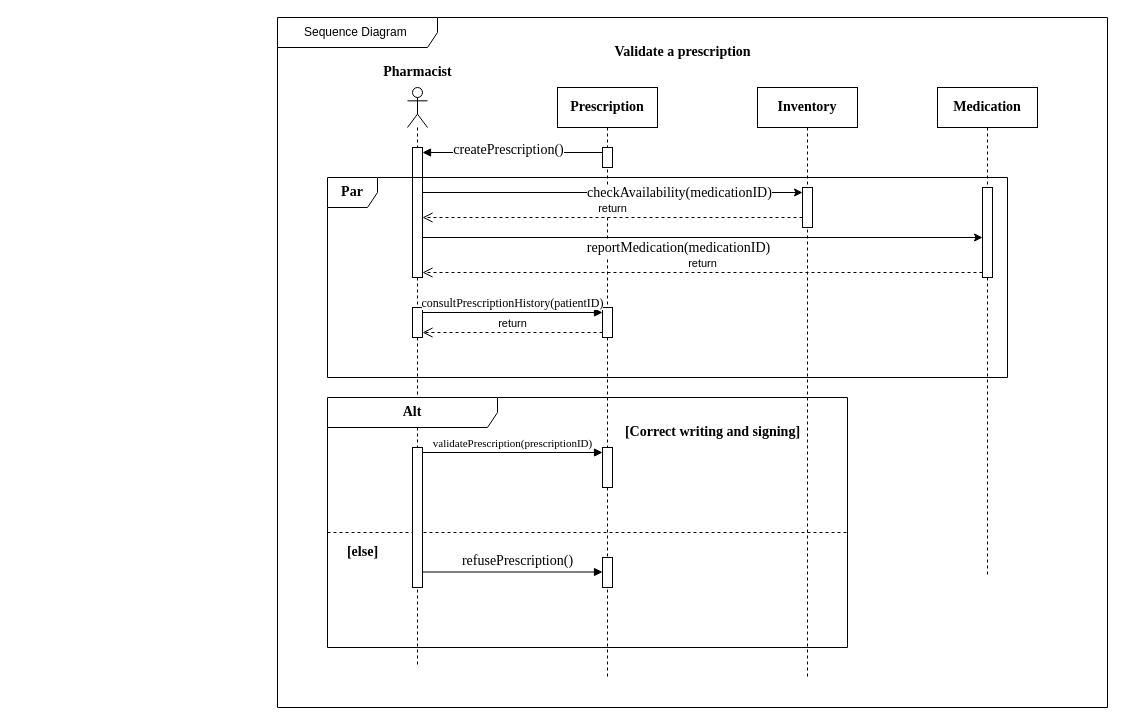
This is Sequence  Diagram.drawio from FOMOKN/Software-Engineering, a draw.io file, before an edit. Source tidied: cells renumbered, new cells numbered last; positions are measured from the earlier drawing's top-left corner, leaving out a move shared by most shapes. Both pictures are drawn from the tidied source at 100%, with x=0, y=0 at pixel (277, 17).
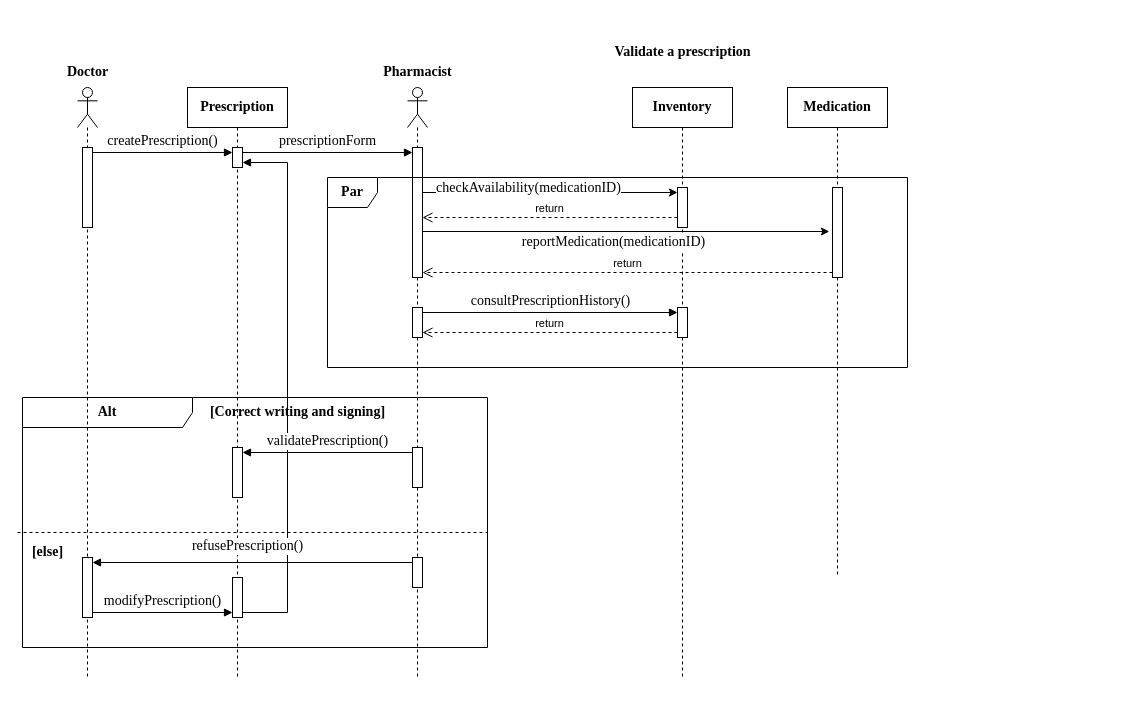
The same diagram, later.

The change refers to these unchanged cells:
```xml
<mxCell id="5" style="html=1;points=[[0,0,0,0,5],[0,1,0,0,-5],[1,0,0,0,5],[1,1,0,0,-5]];perimeter=orthogonalPerimeter;outlineConnect=0;targetShapes=umlLifeline;portConstraint=eastwest;newEdgeStyle={&quot;curved&quot;:0,&quot;rounded&quot;:0};" parent="4" vertex="1">
  <mxGeometry x="45" y="60" width="10" height="20" as="geometry" />
</mxCell>
<mxCell id="9" style="html=1;points=[[0,0,0,0,5],[0,1,0,0,-5],[1,0,0,0,5],[1,1,0,0,-5]];perimeter=orthogonalPerimeter;outlineConnect=0;targetShapes=umlLifeline;portConstraint=eastwest;newEdgeStyle={&quot;curved&quot;:0,&quot;rounded&quot;:0};" parent="8" vertex="1">
  <mxGeometry x="5" y="60" width="10" height="130" as="geometry" />
</mxCell>
<mxCell id="13" style="edgeStyle=none;jettySize=auto;html=1;rounded=0;entryX=0;entryY=0;entryDx=0;entryDy=5;entryPerimeter=0;" parent="1" edge="1" source="9" target="30">
  <mxGeometry relative="1" as="geometry" />
</mxCell>
```

Change to the diagram source:
```diff
@@
-    <mxCell id="2" value="Sequence Diagram&amp;nbsp;" style="shape=umlFrame;whiteSpace=wrap;html=1;width=160;" parent="1" vertex="1">
-      <mxGeometry width="830" height="690" as="geometry" />
-    </mxCell>
@@
     <mxCell id="4" value="&lt;font style=&quot;font-size: 14px;&quot; face=&quot;Times New Roman&quot;&gt;&lt;b&gt;Prescription&lt;/b&gt;&lt;/font&gt;" style="shape=umlLifeline;perimeter=lifelinePerimeter;whiteSpace=wrap;html=1;newEdgeStyle={&quot;curved&quot;:0,&quot;rounded&quot;:0};align=center;" parent="1" vertex="1">
-      <mxGeometry x="280" y="70" width="100" height="590" as="geometry" />
+      <mxGeometry x="-90" y="70" width="100" height="590" as="geometry" />
     </mxCell>
@@
+    <mxCell id="35" style="html=1;points=[[0,0,0,0,5],[0,1,0,0,-5],[1,0,0,0,5],[1,1,0,0,-5]];perimeter=orthogonalPerimeter;outlineConnect=0;targetShapes=umlLifeline;portConstraint=eastwest;newEdgeStyle={&quot;curved&quot;:0,&quot;rounded&quot;:0};" parent="4" vertex="1">
+      <mxGeometry x="45" y="490" width="10" height="40" as="geometry" />
+    </mxCell>
+    <mxCell id="36" style="html=1;verticalAlign=bottom;endArrow=block;curved=0;rounded=0;exitX=1;exitY=1;exitDx=0;exitDy=-5;exitPerimeter=0;entryX=1;entryY=1;entryDx=0;entryDy=-5;entryPerimeter=0;" parent="4" edge="1" source="35" target="5">
+      <mxGeometry relative="1" as="geometry">
+        <Array as="points">
+          <mxPoint x="100" y="525" />
+          <mxPoint x="100" y="75" />
+        </Array>
+      </mxGeometry>
+    </mxCell>
     <mxCell id="6" value="&lt;font size=&quot;1&quot; face=&quot;Times New Roman&quot;&gt;&lt;b style=&quot;font-size: 14px;&quot;&gt;Medication&lt;/b&gt;&lt;/font&gt;" style="shape=umlLifeline;perimeter=lifelinePerimeter;whiteSpace=wrap;html=1;newEdgeStyle={&quot;curved&quot;:0,&quot;rounded&quot;:0};" parent="1" vertex="1">
-      <mxGeometry x="660" y="70" width="100" height="490" as="geometry" />
+      <mxGeometry x="510" y="70" width="100" height="490" as="geometry" />
     </mxCell>
+    <mxCell id="31" style="html=1;points=[[0,0,0,0,5],[0,1,0,0,-5],[1,0,0,0,5],[1,1,0,0,-5]];perimeter=orthogonalPerimeter;outlineConnect=0;targetShapes=umlLifeline;portConstraint=eastwest;newEdgeStyle={&quot;curved&quot;:0,&quot;rounded&quot;:0};" parent="6" vertex="1">
+      <mxGeometry x="45" y="100" width="10" height="90" as="geometry" />
+    </mxCell>
     <mxCell id="7" value="&lt;b&gt;&lt;font style=&quot;font-size: 14px;&quot; face=&quot;Times New Roman&quot;&gt;Inventory&lt;/font&gt;&lt;/b&gt;" style="shape=umlLifeline;perimeter=lifelinePerimeter;whiteSpace=wrap;html=1;newEdgeStyle={&quot;curved&quot;:0,&quot;rounded&quot;:0};" parent="1" vertex="1">
-      <mxGeometry x="480" y="70" width="100" height="590" as="geometry" />
+      <mxGeometry x="355" y="70" width="100" height="590" as="geometry" />
     </mxCell>
+    <mxCell id="30" style="html=1;points=[[0,0,0,0,5],[0,1,0,0,-5],[1,0,0,0,5],[1,1,0,0,-5]];perimeter=orthogonalPerimeter;outlineConnect=0;targetShapes=umlLifeline;portConstraint=eastwest;newEdgeStyle={&quot;curved&quot;:0,&quot;rounded&quot;:0};" parent="7" vertex="1">
+      <mxGeometry x="45" y="100" width="10" height="40" as="geometry" />
+    </mxCell>
+    <mxCell id="27" style="html=1;points=[[0,0,0,0,5],[0,1,0,0,-5],[1,0,0,0,5],[1,1,0,0,-5]];perimeter=orthogonalPerimeter;outlineConnect=0;targetShapes=umlLifeline;portConstraint=eastwest;newEdgeStyle={&quot;curved&quot;:0,&quot;rounded&quot;:0};" parent="7" vertex="1">
+      <mxGeometry x="45" y="220" width="10" height="30" as="geometry" />
+    </mxCell>
     <mxCell id="8" style="shape=umlLifeline;perimeter=lifelinePerimeter;whiteSpace=wrap;html=1;newEdgeStyle={&quot;curved&quot;:0,&quot;rounded&quot;:0};participant=umlActor;" parent="1" vertex="1">
-      <mxGeometry x="130" y="70" width="20" height="580" as="geometry" />
+      <mxGeometry x="130" y="70" width="20" height="590" as="geometry" />
     </mxCell>
@@
+    <mxCell id="23" style="html=1;points=[[0,0,0,0,5],[0,1,0,0,-5],[1,0,0,0,5],[1,1,0,0,-5]];perimeter=orthogonalPerimeter;outlineConnect=0;targetShapes=umlLifeline;portConstraint=eastwest;newEdgeStyle={&quot;curved&quot;:0,&quot;rounded&quot;:0};" parent="8" vertex="1">
+      <mxGeometry x="5" y="470" width="10" height="30" as="geometry" />
+    </mxCell>
@@
-    <mxCell id="11" style="html=1;verticalAlign=bottom;labelBackgroundColor=none;endArrow=block;endFill=1;endSize=6;align=left;rounded=0;entryX=1;entryY=0;entryDx=0;entryDy=5;entryPerimeter=0;" parent="1" edge="1" source="5" target="9">
-      <mxGeometry x="-1" relative="1" as="geometry" />
-    </mxCell>
-    <mxCell id="12" value="createPrescription()" style="edgeLabel;html=1;align=center;verticalAlign=middle;fontFamily=Times New Roman;fontSize=14;" parent="11" vertex="1">
-      <mxGeometry x="0.09" y="-3" relative="1" as="geometry">
-        <mxPoint x="3" as="offset" />
-      </mxGeometry>
-    </mxCell>
@@
     <mxCell id="14" value="checkAvailability(medicationID)" style="edgeLabel;html=1;align=center;verticalAlign=middle;fontFamily=Times New Roman;fontSize=14;" parent="13" vertex="1">
       <mxGeometry x="0.32" relative="1" as="geometry">
-        <mxPoint x="5" as="offset" />
+        <mxPoint x="-63" y="-5" as="offset" />
       </mxGeometry>
     </mxCell>
@@
     <mxCell id="16" value="&lt;font size=&quot;1&quot; face=&quot;Times New Roman&quot;&gt;&lt;b style=&quot;font-size: 14px;&quot;&gt;Alt&lt;/b&gt;&lt;/font&gt;" style="shape=umlFrame;whiteSpace=wrap;html=1;width=170;" parent="1" vertex="1">
-      <mxGeometry x="50" y="380" width="520" height="250" as="geometry" />
+      <mxGeometry x="-255" y="380" width="465" height="250" as="geometry" />
     </mxCell>
+    <mxCell id="25" value="&lt;p&gt;&lt;font style=&quot;font-size: 14px;&quot; face=&quot;Times New Roman&quot;&gt;&lt;b&gt;Par&lt;/b&gt;&lt;/font&gt;&lt;/p&gt;" style="shape=umlFrame;whiteSpace=wrap;html=1;width=50;" parent="1" vertex="1">
+      <mxGeometry x="50" y="160" width="580" height="190" as="geometry" />
+    </mxCell>
+    <mxCell id="26" style="html=1;points=[[0,0,0,0,5],[0,1,0,0,-5],[1,0,0,0,5],[1,1,0,0,-5]];perimeter=orthogonalPerimeter;outlineConnect=0;targetShapes=umlLifeline;portConstraint=eastwest;newEdgeStyle={&quot;curved&quot;:0,&quot;rounded&quot;:0};" parent="25" vertex="1">
+      <mxGeometry x="85" y="130" width="10" height="30" as="geometry" />
+    </mxCell>
+    <mxCell id="34" value="return" style="html=1;verticalAlign=bottom;endArrow=open;dashed=1;endSize=8;curved=0;rounded=0;" parent="25" edge="1">
+      <mxGeometry relative="1" as="geometry">
+        <mxPoint x="350" y="40" as="sourcePoint" />
+        <mxPoint x="95" y="40" as="targetPoint" />
+      </mxGeometry>
+    </mxCell>
+    <mxCell id="32" style="edgeStyle=none;jettySize=auto;html=1;rounded=0;entryX=-0.32;entryY=0.489;entryDx=0;entryDy=0;entryPerimeter=0;" parent="1" edge="1" source="9" target="31">
+      <mxGeometry relative="1" as="geometry" />
+    </mxCell>
+    <mxCell id="33" value="reportMedication(medicationID)" style="edgeLabel;html=1;align=center;verticalAlign=middle;fontSize=14;fontFamily=Times New Roman;" parent="32" vertex="1">
+      <mxGeometry x="-0.13" relative="1" as="geometry">
+        <mxPoint x="13" y="10" as="offset" />
+      </mxGeometry>
+    </mxCell>
+    <mxCell id="24" value="&lt;font style=&quot;font-size: 14px;&quot; face=&quot;Times New Roman&quot;&gt;refusePrescription()&lt;/font&gt;" style="html=1;verticalAlign=bottom;endArrow=block;curved=0;rounded=0;exitX=0;exitY=0;exitDx=0;exitDy=5;exitPerimeter=0;entryX=1;entryY=0;entryDx=0;entryDy=5;entryPerimeter=0;" parent="1" edge="1" source="23" target="38">
+      <mxGeometry x="0.03" y="-5" relative="1" as="geometry" />
+    </mxCell>
-    <mxCell id="17" style="line;strokeWidth=1;dashed=1;labelPosition=center;verticalLabelPosition=bottom;align=left;verticalAlign=top;spacingLeft=20;spacingTop=15;html=1;whiteSpace=wrap;" parent="16" vertex="1">
-      <mxGeometry y="130" width="520" height="10" as="geometry" />
+    <mxCell id="17" style="line;strokeWidth=1;dashed=1;labelPosition=center;verticalLabelPosition=bottom;align=left;verticalAlign=top;spacingLeft=20;spacingTop=15;html=1;whiteSpace=wrap;" parent="1" vertex="1">
+      <mxGeometry x="-260" y="510" width="470" height="10" as="geometry" />
     </mxCell>
-    <mxCell id="18" style="html=1;points=[[0,0,0,0,5],[0,1,0,0,-5],[1,0,0,0,5],[1,1,0,0,-5]];perimeter=orthogonalPerimeter;outlineConnect=0;targetShapes=umlLifeline;portConstraint=eastwest;newEdgeStyle={&quot;curved&quot;:0,&quot;rounded&quot;:0};" parent="16" vertex="1">
-      <mxGeometry x="85" y="50" width="10" height="140" as="geometry" />
+    <mxCell id="18" style="html=1;points=[[0,0,0,0,5],[0,1,0,0,-5],[1,0,0,0,5],[1,1,0,0,-5]];perimeter=orthogonalPerimeter;outlineConnect=0;targetShapes=umlLifeline;portConstraint=eastwest;newEdgeStyle={&quot;curved&quot;:0,&quot;rounded&quot;:0};" parent="1" vertex="1">
+      <mxGeometry x="-45" y="430" width="10" height="50" as="geometry" />
     </mxCell>
-    <mxCell id="19" style="html=1;points=[[0,0,0,0,5],[0,1,0,0,-5],[1,0,0,0,5],[1,1,0,0,-5]];perimeter=orthogonalPerimeter;outlineConnect=0;targetShapes=umlLifeline;portConstraint=eastwest;newEdgeStyle={&quot;curved&quot;:0,&quot;rounded&quot;:0};" parent="16" vertex="1">
-      <mxGeometry x="275" y="50" width="10" height="40" as="geometry" />
+    <mxCell id="19" style="html=1;points=[[0,0,0,0,5],[0,1,0,0,-5],[1,0,0,0,5],[1,1,0,0,-5]];perimeter=orthogonalPerimeter;outlineConnect=0;targetShapes=umlLifeline;portConstraint=eastwest;newEdgeStyle={&quot;curved&quot;:0,&quot;rounded&quot;:0};" parent="1" vertex="1">
+      <mxGeometry x="135" y="430" width="10" height="40" as="geometry" />
     </mxCell>
-    <mxCell id="20" value="validatePrescription(prescriptionID)" style="html=1;verticalAlign=bottom;endArrow=block;curved=0;rounded=0;exitX=1;exitY=0;exitDx=0;exitDy=5;exitPerimeter=0;entryX=0;entryY=0;entryDx=0;entryDy=5;entryPerimeter=0;fontFamily=Times New Roman;" parent="16" edge="1" source="18" target="19">
+    <mxCell id="20" value="&lt;font style=&quot;font-size: 14px;&quot;&gt;validatePrescription()&lt;/font&gt;" style="html=1;verticalAlign=bottom;endArrow=block;curved=0;rounded=0;exitX=0;exitY=0;exitDx=0;exitDy=5;exitPerimeter=0;fontFamily=Times New Roman;" parent="1" edge="1" source="19" target="18">
       <mxGeometry relative="1" as="geometry" />
     </mxCell>
-    <mxCell id="21" value="[else]" style="text;html=1;align=center;verticalAlign=middle;strokeColor=none;fillColor=none;fontFamily=Times New Roman;fontSize=14;fontStyle=1;" parent="16" vertex="1">
-      <mxGeometry x="10" y="140" width="50" height="30" as="geometry" />
+    <mxCell id="21" value="[else]" style="text;html=1;align=center;verticalAlign=middle;strokeColor=none;fillColor=none;fontFamily=Times New Roman;fontSize=14;fontStyle=1;" parent="1" vertex="1">
+      <mxGeometry x="-255" y="520" width="50" height="30" as="geometry" />
     </mxCell>
-    <mxCell id="22" value="&lt;font style=&quot;font-size: 14px;&quot; face=&quot;Times New Roman&quot;&gt;&lt;b&gt;[Correct writing and signing]&lt;/b&gt;&lt;/font&gt;" style="text;html=1;align=center;verticalAlign=middle;strokeColor=none;fillColor=none;" parent="16" vertex="1">
-      <mxGeometry x="285" y="20" width="200" height="30" as="geometry" />
+    <mxCell id="22" value="&lt;font style=&quot;font-size: 14px;&quot; face=&quot;Times New Roman&quot;&gt;&lt;b&gt;[Correct writing and signing]&lt;/b&gt;&lt;/font&gt;" style="text;html=1;align=center;verticalAlign=middle;strokeColor=none;fillColor=none;" parent="1" vertex="1">
+      <mxGeometry x="-80" y="380" width="200" height="30" as="geometry" />
     </mxCell>
-    <mxCell id="23" style="html=1;points=[[0,0,0,0,5],[0,1,0,0,-5],[1,0,0,0,5],[1,1,0,0,-5]];perimeter=orthogonalPerimeter;outlineConnect=0;targetShapes=umlLifeline;portConstraint=eastwest;newEdgeStyle={&quot;curved&quot;:0,&quot;rounded&quot;:0};" parent="16" vertex="1">
-      <mxGeometry x="275" y="160" width="10" height="30" as="geometry" />
-    </mxCell>
-    <mxCell id="24" value="&lt;font style=&quot;font-size: 14px;&quot; face=&quot;Times New Roman&quot;&gt;refusePrescription()&lt;/font&gt;" style="html=1;verticalAlign=bottom;endArrow=block;curved=0;rounded=0;exitX=1;exitY=1;exitDx=0;exitDy=-5;exitPerimeter=0;" parent="16" edge="1">
-      <mxGeometry x="0.06" relative="1" as="geometry">
-        <mxPoint x="95" y="174.5" as="sourcePoint" />
-        <mxPoint x="275" y="174.5" as="targetPoint" />
-      </mxGeometry>
-    </mxCell>
-    <mxCell id="25" value="&lt;p&gt;&lt;font style=&quot;font-size: 14px;&quot; face=&quot;Times New Roman&quot;&gt;&lt;b&gt;Par&lt;/b&gt;&lt;/font&gt;&lt;/p&gt;" style="shape=umlFrame;whiteSpace=wrap;html=1;width=50;" parent="1" vertex="1">
-      <mxGeometry x="50" y="160" width="680" height="200" as="geometry" />
-    </mxCell>
-    <mxCell id="26" style="html=1;points=[[0,0,0,0,5],[0,1,0,0,-5],[1,0,0,0,5],[1,1,0,0,-5]];perimeter=orthogonalPerimeter;outlineConnect=0;targetShapes=umlLifeline;portConstraint=eastwest;newEdgeStyle={&quot;curved&quot;:0,&quot;rounded&quot;:0};" parent="25" vertex="1">
-      <mxGeometry x="85" y="130" width="10" height="30" as="geometry" />
-    </mxCell>
-    <mxCell id="27" style="html=1;points=[[0,0,0,0,5],[0,1,0,0,-5],[1,0,0,0,5],[1,1,0,0,-5]];perimeter=orthogonalPerimeter;outlineConnect=0;targetShapes=umlLifeline;portConstraint=eastwest;newEdgeStyle={&quot;curved&quot;:0,&quot;rounded&quot;:0};" parent="25" vertex="1">
-      <mxGeometry x="275" y="130" width="10" height="30" as="geometry" />
-    </mxCell>
+    <mxCell id="37" style="shape=umlLifeline;perimeter=lifelinePerimeter;whiteSpace=wrap;html=1;newEdgeStyle={&quot;curved&quot;:0,&quot;rounded&quot;:0};participant=umlActor;" parent="1" vertex="1">
+      <mxGeometry x="-200" y="70" width="20" height="590" as="geometry" />
+    </mxCell>
+    <mxCell id="38" style="html=1;points=[[0,0,0,0,5],[0,1,0,0,-5],[1,0,0,0,5],[1,1,0,0,-5]];perimeter=orthogonalPerimeter;outlineConnect=0;targetShapes=umlLifeline;portConstraint=eastwest;newEdgeStyle={&quot;curved&quot;:0,&quot;rounded&quot;:0};" parent="37" vertex="1">
+      <mxGeometry x="5" y="470" width="10" height="60" as="geometry" />
+    </mxCell>
+    <mxCell id="39" style="html=1;points=[[0,0,0,0,5],[0,1,0,0,-5],[1,0,0,0,5],[1,1,0,0,-5]];perimeter=orthogonalPerimeter;outlineConnect=0;targetShapes=umlLifeline;portConstraint=eastwest;newEdgeStyle={&quot;curved&quot;:0,&quot;rounded&quot;:0};" parent="37" vertex="1">
+      <mxGeometry x="5" y="60" width="10" height="80" as="geometry" />
+    </mxCell>
+    <mxCell id="40" value="Doctor" style="text;html=1;align=center;verticalAlign=middle;strokeColor=none;fillColor=none;fontStyle=1;fontFamily=Times New Roman;fontSize=14;" parent="1" vertex="1">
+      <mxGeometry x="-220" y="40" width="60" height="30" as="geometry" />
+    </mxCell>
+    <mxCell id="12" value="&lt;font style=&quot;font-size: 14px;&quot; face=&quot;Times New Roman&quot;&gt;createPrescription()&lt;/font&gt;" style="html=1;verticalAlign=bottom;endArrow=block;curved=0;rounded=0;exitX=1;exitY=0;exitDx=0;exitDy=5;exitPerimeter=0;entryX=0;entryY=0;entryDx=0;entryDy=5;entryPerimeter=0;" parent="1" edge="1" source="39" target="5">
+      <mxGeometry relative="1" as="geometry" />
+    </mxCell>
+    <mxCell id="11" value="&lt;font style=&quot;font-size: 14px;&quot; face=&quot;Times New Roman&quot;&gt;prescriptionForm&lt;/font&gt;" style="html=1;verticalAlign=bottom;endArrow=block;curved=0;rounded=0;exitX=1;exitY=0;exitDx=0;exitDy=5;exitPerimeter=0;entryX=0;entryY=0;entryDx=0;entryDy=5;entryPerimeter=0;" parent="1" edge="1" source="5" target="9">
+      <mxGeometry relative="1" as="geometry" />
+    </mxCell>
-    <mxCell id="28" value="return" style="html=1;verticalAlign=bottom;endArrow=open;dashed=1;endSize=8;curved=0;rounded=0;exitX=0;exitY=1;exitDx=0;exitDy=-5;exitPerimeter=0;" parent="25" edge="1" source="27" target="26">
+    <mxCell id="28" value="return" style="html=1;verticalAlign=bottom;endArrow=open;dashed=1;endSize=8;curved=0;rounded=0;exitX=0;exitY=1;exitDx=0;exitDy=-5;exitPerimeter=0;" parent="1" edge="1" source="27" target="26">
       <mxGeometry relative="1" as="geometry" />
     </mxCell>
-    <mxCell id="29" value="consultPrescriptionHistory(patientID)" style="html=1;verticalAlign=bottom;endArrow=block;curved=0;rounded=0;exitX=1;exitY=0;exitDx=0;exitDy=5;exitPerimeter=0;entryX=0;entryY=0;entryDx=0;entryDy=5;entryPerimeter=0;fontFamily=Times New Roman;fontSize=12;" parent="25" edge="1" source="26" target="27">
+    <mxCell id="29" value="&lt;font style=&quot;font-size: 14px;&quot;&gt;consultPrescriptionHistory()&lt;/font&gt;" style="html=1;verticalAlign=bottom;endArrow=block;curved=0;rounded=0;exitX=1;exitY=0;exitDx=0;exitDy=5;exitPerimeter=0;entryX=0;entryY=0;entryDx=0;entryDy=5;entryPerimeter=0;fontFamily=Times New Roman;fontSize=12;" parent="1" edge="1" source="26" target="27">
       <mxGeometry relative="1" as="geometry" />
     </mxCell>
-    <mxCell id="30" style="html=1;points=[[0,0,0,0,5],[0,1,0,0,-5],[1,0,0,0,5],[1,1,0,0,-5]];perimeter=orthogonalPerimeter;outlineConnect=0;targetShapes=umlLifeline;portConstraint=eastwest;newEdgeStyle={&quot;curved&quot;:0,&quot;rounded&quot;:0};" parent="25" vertex="1">
-      <mxGeometry x="475" y="10" width="10" height="40" as="geometry" />
-    </mxCell>
-    <mxCell id="31" style="html=1;points=[[0,0,0,0,5],[0,1,0,0,-5],[1,0,0,0,5],[1,1,0,0,-5]];perimeter=orthogonalPerimeter;outlineConnect=0;targetShapes=umlLifeline;portConstraint=eastwest;newEdgeStyle={&quot;curved&quot;:0,&quot;rounded&quot;:0};" parent="25" vertex="1">
-      <mxGeometry x="655" y="10" width="10" height="90" as="geometry" />
-    </mxCell>
-    <mxCell id="32" style="edgeStyle=none;jettySize=auto;html=1;rounded=0;" parent="25" edge="1" source="9">
-      <mxGeometry relative="1" as="geometry">
-        <mxPoint x="655" y="60" as="targetPoint" />
-      </mxGeometry>
-    </mxCell>
-    <mxCell id="33" value="reportMedication(medicationID)" style="edgeLabel;html=1;align=center;verticalAlign=middle;fontSize=14;fontFamily=Times New Roman;" parent="32" vertex="1">
-      <mxGeometry x="-0.13" relative="1" as="geometry">
-        <mxPoint x="11" y="10" as="offset" />
-      </mxGeometry>
-    </mxCell>
-    <mxCell id="34" value="return" style="html=1;verticalAlign=bottom;endArrow=open;dashed=1;endSize=8;curved=0;rounded=0;exitX=0;exitY=1;exitDx=0;exitDy=-5;exitPerimeter=0;" parent="25" edge="1">
-      <mxGeometry relative="1" as="geometry">
-        <mxPoint x="475" y="40" as="sourcePoint" />
-        <mxPoint x="95" y="40" as="targetPoint" />
-      </mxGeometry>
-    </mxCell>
+    <mxCell id="41" value="&lt;font style=&quot;font-size: 14px;&quot; face=&quot;Times New Roman&quot;&gt;modifyPrescription()&lt;/font&gt;" style="html=1;verticalAlign=bottom;endArrow=block;curved=0;rounded=0;entryX=0;entryY=1;entryDx=0;entryDy=-5;entryPerimeter=0;exitX=1;exitY=1;exitDx=0;exitDy=-5;exitPerimeter=0;" parent="1" edge="1" source="38" target="35">
+      <mxGeometry relative="1" as="geometry" />
+    </mxCell>
```
